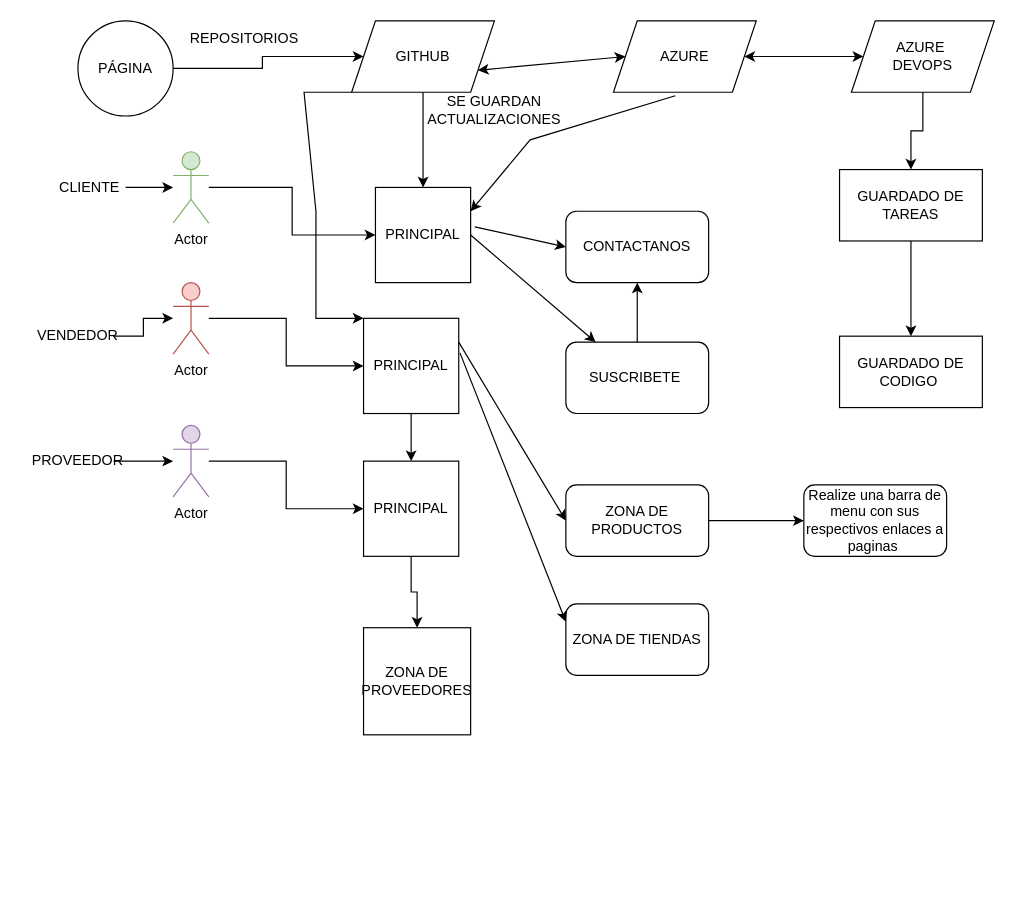
Above: Untitled Diagram.drawio in 62258553/Dise-o-de-Prueba (draw.io), before the change. Source tidied: cells renumbered, new cells numbered last; positions are measured from the earlier drawing's top-left corner, leaving out a move shared by most shapes. Both pictures are drawn from the tidied source at 119%, with x=0, y=0 at pixel (42, 20).
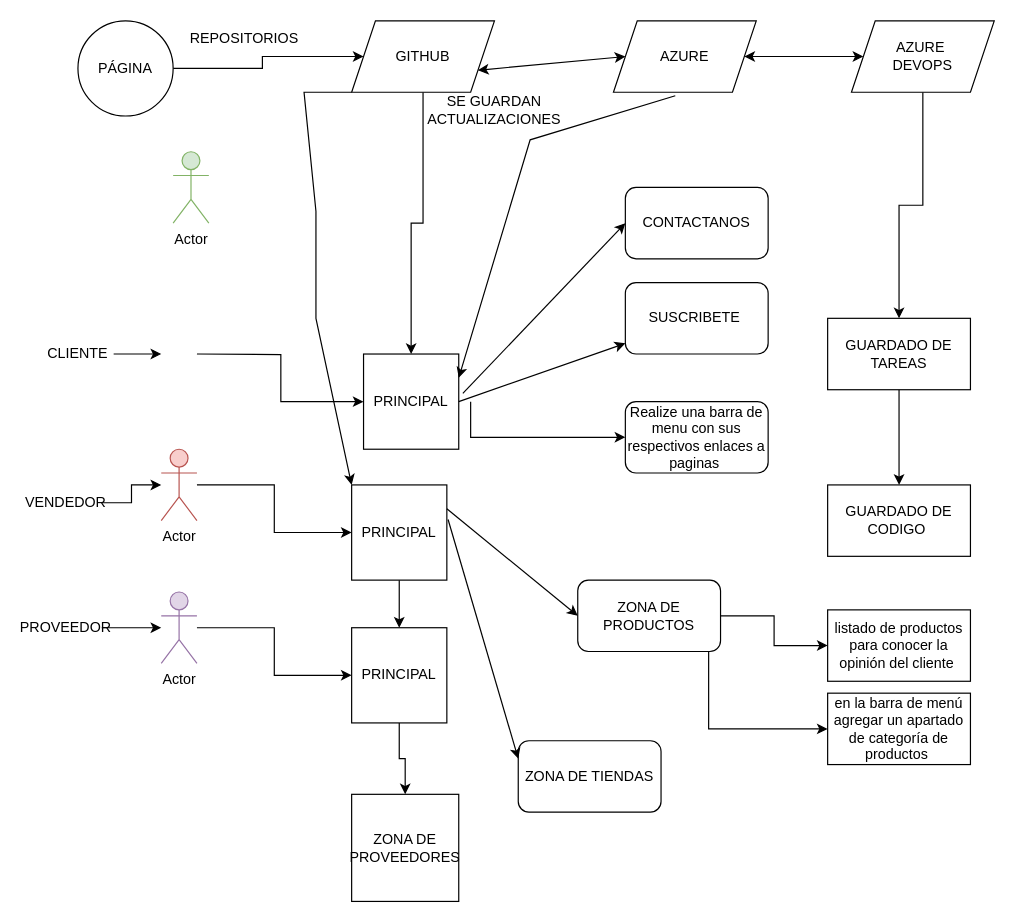
Above is the later version.

The change refers to these unchanged cells:
```xml
<mxCell id="3" value="Actor" style="shape=umlActor;verticalLabelPosition=bottom;verticalAlign=top;html=1;outlineConnect=0;fillColor=#d5e8d4;strokeColor=#82b366;" parent="1" vertex="1">
  <mxGeometry x="110" y="110" width="30" height="60" as="geometry" />
</mxCell>
```

Diff of the diagram source:
```diff
@@
-    <mxCell id="2" style="edgeStyle=orthogonalEdgeStyle;rounded=0;jettySize=auto;html=1;" parent="1" edge="1" source="3" target="19">
-      <mxGeometry relative="1" as="geometry" />
+    <mxCell id="2" style="edgeStyle=orthogonalEdgeStyle;rounded=0;jettySize=auto;html=1;" parent="1" edge="1" target="19">
+      <mxGeometry relative="1" as="geometry">
+        <mxPoint x="130" y="280" as="sourcePoint" />
+      </mxGeometry>
     </mxCell>
@@
     <mxCell id="5" value="Actor" style="shape=umlActor;verticalLabelPosition=bottom;verticalAlign=top;html=1;outlineConnect=0;fillColor=#f8cecc;strokeColor=#b85450;" parent="1" vertex="1">
-      <mxGeometry x="110" y="220" width="30" height="60" as="geometry" />
+      <mxGeometry x="100" y="360" width="30" height="60" as="geometry" />
     </mxCell>
@@
     <mxCell id="7" value="Actor" style="shape=umlActor;verticalLabelPosition=bottom;verticalAlign=top;html=1;outlineConnect=0;fillColor=#e1d5e7;strokeColor=#9673a6;" parent="1" vertex="1">
-      <mxGeometry x="110" y="340" width="30" height="60" as="geometry" />
+      <mxGeometry x="100" y="480" width="30" height="60" as="geometry" />
     </mxCell>
@@
-    <mxCell id="13" style="edgeStyle=orthogonalEdgeStyle;rounded=0;jettySize=auto;html=1;" parent="1" edge="1" source="14" target="3">
-      <mxGeometry relative="1" as="geometry" />
+    <mxCell id="13" style="edgeStyle=orthogonalEdgeStyle;rounded=0;jettySize=auto;html=1;" parent="1" edge="1" source="14">
+      <mxGeometry relative="1" as="geometry">
+        <mxPoint x="100" y="280" as="targetPoint" />
+      </mxGeometry>
     </mxCell>
     <mxCell id="14" value="CLIENTE" style="text;html=1;strokeColor=none;fillColor=none;align=center;verticalAlign=middle;whiteSpace=wrap;rounded=0;" parent="1" vertex="1">
-      <mxGeometry x="10" y="125" width="60" height="30" as="geometry" />
+      <mxGeometry y="265" width="60" height="30" as="geometry" />
     </mxCell>
@@
     <mxCell id="16" value="VENDEDOR" style="text;html=1;strokeColor=none;fillColor=none;align=center;verticalAlign=middle;whiteSpace=wrap;rounded=0;" parent="1" vertex="1">
-      <mxGeometry y="250" width="60" height="30" as="geometry" />
+      <mxGeometry x="-10" y="390" width="60" height="30" as="geometry" />
     </mxCell>
@@
     <mxCell id="18" value="PROVEEDOR" style="text;html=1;strokeColor=none;fillColor=none;align=center;verticalAlign=middle;whiteSpace=wrap;rounded=0;" parent="1" vertex="1">
-      <mxGeometry y="355" width="60" height="30" as="geometry" />
+      <mxGeometry x="-10" y="495" width="60" height="30" as="geometry" />
     </mxCell>
     <mxCell id="19" value="PRINCIPAL" style="whiteSpace=wrap;html=1;" parent="1" vertex="1">
-      <mxGeometry x="280" y="140" width="80" height="80" as="geometry" />
+      <mxGeometry x="270" y="280" width="80" height="80" as="geometry" />
     </mxCell>
@@
     <mxCell id="21" value="PRINCIPAL" style="whiteSpace=wrap;html=1;" parent="1" vertex="1">
-      <mxGeometry x="270" y="250" width="80" height="80" as="geometry" />
+      <mxGeometry x="260" y="390" width="80" height="80" as="geometry" />
     </mxCell>
@@
     <mxCell id="23" value="PRINCIPAL" style="whiteSpace=wrap;html=1;" parent="1" vertex="1">
-      <mxGeometry x="270" y="370" width="80" height="80" as="geometry" />
+      <mxGeometry x="260" y="510" width="80" height="80" as="geometry" />
     </mxCell>
@@
     <mxCell id="26" value="ZONA DE PROVEEDORES" style="whiteSpace=wrap;html=1;" parent="1" vertex="1">
-      <mxGeometry x="270" y="510" width="90" height="90" as="geometry" />
+      <mxGeometry x="260" y="650" width="90" height="90" as="geometry" />
     </mxCell>
@@
     <mxCell id="31" value="GUARDADO DE TAREAS" style="whiteSpace=wrap;html=1;" parent="1" vertex="1">
-      <mxGeometry x="670" y="125" width="120" height="60" as="geometry" />
+      <mxGeometry x="660" y="250" width="120" height="60" as="geometry" />
     </mxCell>
     <mxCell id="32" value="GUARDADO DE CODIGO&amp;nbsp;" style="whiteSpace=wrap;html=1;" parent="1" vertex="1">
-      <mxGeometry x="670" y="265" width="120" height="60" as="geometry" />
+      <mxGeometry x="660" y="390" width="120" height="60" as="geometry" />
     </mxCell>
     <mxCell id="33" value="CONTACTANOS" style="rounded=1;whiteSpace=wrap;html=1;" parent="1" vertex="1">
-      <mxGeometry x="440" y="160" width="120" height="60" as="geometry" />
+      <mxGeometry x="490" y="140" width="120" height="60" as="geometry" />
     </mxCell>
-    <mxCell id="34" style="edgeStyle=orthogonalEdgeStyle;rounded=0;jettySize=auto;html=1;" parent="1" edge="1" source="35" target="33">
-      <mxGeometry relative="1" as="geometry" />
-    </mxCell>
     <mxCell id="35" value="SUSCRIBETE&amp;nbsp;" style="rounded=1;whiteSpace=wrap;html=1;" parent="1" vertex="1">
-      <mxGeometry x="440" y="270" width="120" height="60" as="geometry" />
+      <mxGeometry x="490" y="220" width="120" height="60" as="geometry" />
     </mxCell>
-    <mxCell id="36" style="edgeStyle=orthogonalEdgeStyle;rounded=0;jettySize=auto;html=1;" parent="1" edge="1" source="37" target="46">
-      <mxGeometry relative="1" as="geometry" />
+    <mxCell id="36" style="edgeStyle=orthogonalEdgeStyle;rounded=0;jettySize=auto;html=1;" parent="1" edge="1" target="46">
+      <mxGeometry relative="1" as="geometry">
+        <mxPoint x="360" y="320" as="sourcePoint" />
+        <Array as="points">
+          <mxPoint x="360" y="350" />
+          <mxPoint x="530" y="350" />
+        </Array>
+      </mxGeometry>
     </mxCell>
+    <mxCell id="47" style="edgeStyle=orthogonalEdgeStyle;rounded=0;jettySize=auto;html=1;" parent="1" edge="1" source="37" target="48">
+      <mxGeometry relative="1" as="geometry" />
+    </mxCell>
     <mxCell id="37" value="ZONA DE PRODUCTOS" style="rounded=1;whiteSpace=wrap;html=1;" parent="1" vertex="1">
-      <mxGeometry x="440" y="390" width="120" height="60" as="geometry" />
+      <mxGeometry x="450" y="470" width="120" height="60" as="geometry" />
     </mxCell>
     <mxCell id="38" value="ZONA DE TIENDAS" style="rounded=1;whiteSpace=wrap;html=1;" parent="1" vertex="1">
-      <mxGeometry x="440" y="490" width="120" height="60" as="geometry" />
+      <mxGeometry x="400" y="605" width="120" height="60" as="geometry" />
     </mxCell>
@@
     <mxCell id="46" value="Realize una barra de menu con sus respectivos enlaces a paginas&amp;nbsp;" style="whiteSpace=wrap;html=1;rounded=1;" parent="1" vertex="1">
-      <mxGeometry x="640" y="390" width="120" height="60" as="geometry" />
+      <mxGeometry x="490" y="320" width="120" height="60" as="geometry" />
     </mxCell>
+    <mxCell id="48" value="listado de productos para conocer la opinión del cliente&amp;nbsp;" style="rounded=0;whiteSpace=wrap;html=1;" parent="1" vertex="1">
+      <mxGeometry x="660" y="495" width="120" height="60" as="geometry" />
+    </mxCell>
+    <mxCell id="49" value="en la barra de menú agregar un apartado de categoría de productos&amp;nbsp;" style="rounded=0;whiteSpace=wrap;html=1;" parent="1" vertex="1">
+      <mxGeometry x="660" y="565" width="120" height="60" as="geometry" />
+    </mxCell>
+    <mxCell id="50" style="endArrow=classic;html=1;rounded=0;entryX=0;entryY=0.5;entryDx=0;entryDy=0;exitX=0.5;exitY=1;exitDx=0;exitDy=0;" parent="1" edge="1" source="37" target="49">
+      <mxGeometry relative="1" as="geometry">
+        <Array as="points">
+          <mxPoint x="560" y="530" />
+          <mxPoint x="560" y="595" />
+        </Array>
+      </mxGeometry>
+    </mxCell>
```
